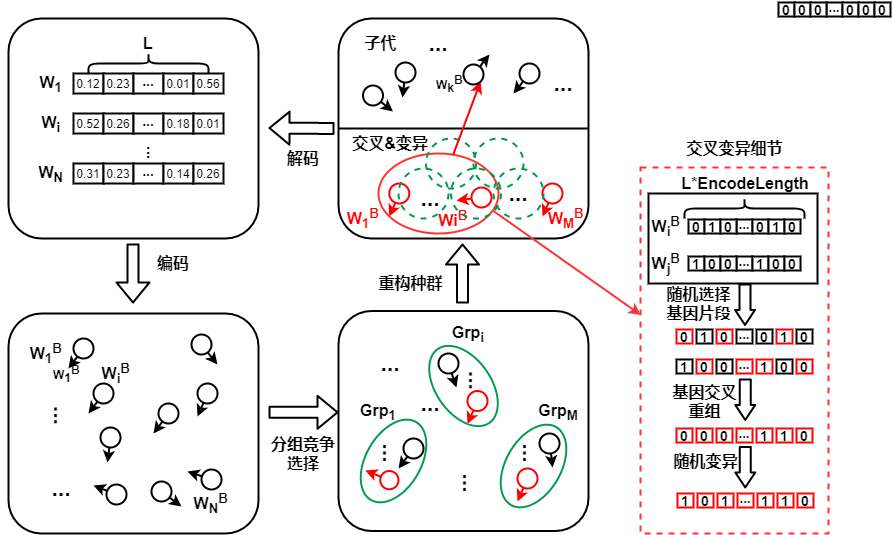
Before: Untitled Diagram.png, a diagram exported from draw.io (Pcyslist/MY_EA-LSTM). Source tidied: cells renumbered, new cells last; positions are measured from the earlier drawing's top-left corner, leaving out a move shared by most shapes.
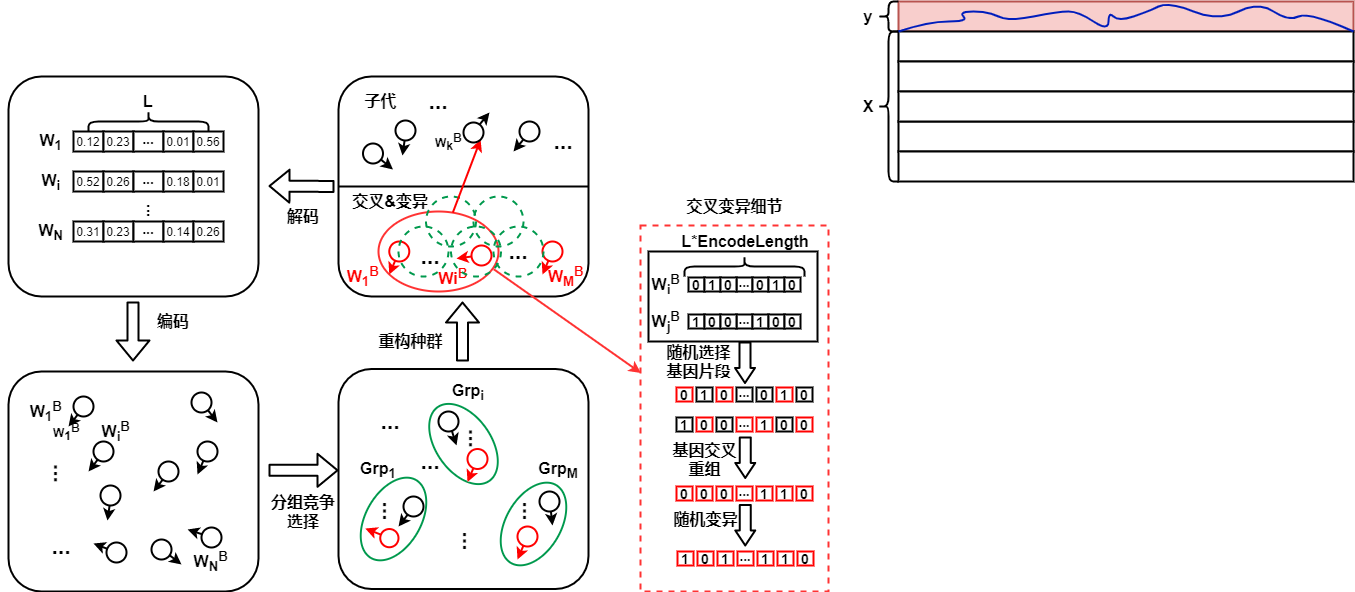
The same diagram one commit later.

What changed in the source:
```diff
@@ -495,30 +495,6 @@
     <mxCell id="146" value="&lt;b style=&quot;font-size: 16px&quot;&gt;W&lt;sub&gt;i&lt;/sub&gt;&lt;sup&gt;B&lt;/sup&gt;&amp;nbsp;&lt;/b&gt;" style="text;html=1;strokeColor=none;fillColor=none;align=center;verticalAlign=middle;whiteSpace=wrap;rounded=0;strokeWidth=2;" parent="1" vertex="1">
       <mxGeometry x="640" y="214" width="40" height="20" as="geometry" />
     </mxCell>
-    <mxCell id="147" style="group;" parent="1" vertex="1">
-      <mxGeometry x="770" width="112" height="14" as="geometry" />
-    </mxCell>
-    <mxCell id="148" value="&lt;b&gt;&lt;font style=&quot;font-size: 14px&quot;&gt;0&lt;/font&gt;&lt;/b&gt;" style="rounded=0;whiteSpace=wrap;html=1;strokeWidth=2;" parent="147" vertex="1">
-      <mxGeometry width="16" height="14" as="geometry" />
-    </mxCell>
-    <mxCell id="149" value="&lt;b&gt;&lt;font style=&quot;font-size: 14px&quot;&gt;0&lt;/font&gt;&lt;/b&gt;" style="rounded=0;whiteSpace=wrap;html=1;strokeWidth=2;" parent="147" vertex="1">
-      <mxGeometry x="16" width="16" height="14" as="geometry" />
-    </mxCell>
-    <mxCell id="150" value="&lt;b&gt;&lt;font size=&quot;1&quot;&gt;&lt;sup style=&quot;font-size: 13px&quot;&gt;...&lt;/sup&gt;&lt;/font&gt;&lt;/b&gt;" style="rounded=0;whiteSpace=wrap;html=1;strokeWidth=2;" parent="147" vertex="1">
-      <mxGeometry x="48" width="16" height="14" as="geometry" />
-    </mxCell>
-    <mxCell id="151" value="&lt;b&gt;&lt;font style=&quot;font-size: 14px&quot;&gt;0&lt;/font&gt;&lt;/b&gt;" style="rounded=0;whiteSpace=wrap;html=1;strokeWidth=2;" parent="147" vertex="1">
-      <mxGeometry x="32" width="16" height="14" as="geometry" />
-    </mxCell>
-    <mxCell id="152" value="&lt;b&gt;&lt;font style=&quot;font-size: 14px&quot;&gt;0&lt;/font&gt;&lt;/b&gt;" style="rounded=0;whiteSpace=wrap;html=1;strokeWidth=2;" parent="147" vertex="1">
-      <mxGeometry x="64" width="16" height="14" as="geometry" />
-    </mxCell>
-    <mxCell id="153" value="&lt;b&gt;&lt;font style=&quot;font-size: 14px&quot;&gt;0&lt;/font&gt;&lt;/b&gt;" style="rounded=0;whiteSpace=wrap;html=1;strokeWidth=2;" parent="147" vertex="1">
-      <mxGeometry x="80" width="16" height="14" as="geometry" />
-    </mxCell>
-    <mxCell id="154" value="&lt;b&gt;&lt;font style=&quot;font-size: 14px&quot;&gt;0&lt;/font&gt;&lt;/b&gt;" style="rounded=0;whiteSpace=wrap;html=1;strokeWidth=2;" parent="147" vertex="1">
-      <mxGeometry x="96" width="16" height="14" as="geometry" />
-    </mxCell>
     <mxCell id="155" style="group;" parent="1" vertex="1">
       <mxGeometry x="680" y="217" width="112" height="14" as="geometry" />
     </mxCell>
@@ -687,5 +663,61 @@
     <mxCell id="207" value="&lt;span style=&quot;font-size: 16px&quot;&gt;&lt;b&gt;随机变异&lt;/b&gt;&lt;/span&gt;" style="text;html=1;strokeColor=none;fillColor=none;align=center;verticalAlign=middle;whiteSpace=wrap;rounded=0;" parent="1" vertex="1">
       <mxGeometry x="659.5" y="448.5" width="75" height="20" as="geometry" />
     </mxCell>
+    <mxCell id="208" style="group;" parent="1" vertex="1">
+      <mxGeometry x="840" y="-59" width="505" height="180" as="geometry" />
+    </mxCell>
+    <mxCell id="209" style="rounded=0;whiteSpace=wrap;html=1;strokeColor=#b85450;strokeWidth=2;fillColor=#f8cecc;" parent="208" vertex="1">
+      <mxGeometry x="50" width="455" height="30" as="geometry" />
+    </mxCell>
+    <mxCell id="210" style="rounded=0;whiteSpace=wrap;html=1;strokeColor=#000000;strokeWidth=2;" parent="208" vertex="1">
+      <mxGeometry x="50" y="30" width="455" height="30" as="geometry" />
+    </mxCell>
+    <mxCell id="211" style="rounded=0;whiteSpace=wrap;html=1;strokeColor=#000000;strokeWidth=2;" parent="208" vertex="1">
+      <mxGeometry x="50" y="60" width="455" height="30" as="geometry" />
+    </mxCell>
+    <mxCell id="212" style="rounded=0;whiteSpace=wrap;html=1;strokeColor=#000000;strokeWidth=2;" parent="208" vertex="1">
+      <mxGeometry x="50" y="120" width="455" height="30" as="geometry" />
+    </mxCell>
+    <mxCell id="213" style="rounded=0;whiteSpace=wrap;html=1;strokeColor=#000000;strokeWidth=2;" parent="208" vertex="1">
+      <mxGeometry x="50" y="90" width="455" height="30" as="geometry" />
+    </mxCell>
+    <mxCell id="214" style="rounded=0;whiteSpace=wrap;html=1;strokeColor=#000000;strokeWidth=2;" parent="208" vertex="1">
+      <mxGeometry x="50" y="150" width="455" height="30" as="geometry" />
+    </mxCell>
+    <mxCell id="215" style="shape=curlyBracket;whiteSpace=wrap;html=1;rounded=1;strokeColor=#000000;strokeWidth=2;" parent="208" vertex="1">
+      <mxGeometry x="30" y="30" width="20" height="150" as="geometry" />
+    </mxCell>
+    <mxCell id="216" value="&lt;span style=&quot;font-size: 16px&quot;&gt;&lt;b&gt;X&lt;/b&gt;&lt;/span&gt;" style="text;html=1;strokeColor=none;fillColor=none;align=center;verticalAlign=middle;whiteSpace=wrap;rounded=0;" parent="208" vertex="1">
+      <mxGeometry y="95" width="40" height="20" as="geometry" />
+    </mxCell>
+    <mxCell id="217" style="shape=curlyBracket;whiteSpace=wrap;html=1;rounded=1;strokeColor=#000000;strokeWidth=2;size=0.5;" parent="208" vertex="1">
+      <mxGeometry x="30" width="20" height="30" as="geometry" />
+    </mxCell>
+    <mxCell id="218" value="&lt;span style=&quot;font-size: 16px&quot;&gt;&lt;b&gt;y&lt;/b&gt;&lt;/span&gt;" style="text;html=1;strokeColor=none;fillColor=none;align=center;verticalAlign=middle;whiteSpace=wrap;rounded=0;" parent="208" vertex="1">
+      <mxGeometry y="5" width="40" height="20" as="geometry" />
+    </mxCell>
+    <mxCell id="219" style="curved=1;endArrow=none;html=1;strokeWidth=2;endFill=0;entryX=1;entryY=0;entryDx=0;entryDy=0;strokeColor=#001DBC;fillColor=#0050ef;" parent="1" edge="1" target="210">
+      <mxGeometry relative="1" as="geometry">
+        <mxPoint x="890" y="-29" as="sourcePoint" />
+        <Array as="points">
+          <mxPoint x="920" y="-39" />
+          <mxPoint x="960" y="-39" />
+          <mxPoint x="950" y="-49" />
+          <mxPoint x="980" y="-49" />
+          <mxPoint x="1000" y="-39" />
+          <mxPoint x="1050" y="-49" />
+          <mxPoint x="1070" y="-49" />
+          <mxPoint x="1100" y="-29" />
+          <mxPoint x="1100" y="-49" />
+          <mxPoint x="1110" y="-39" />
+          <mxPoint x="1140" y="-49" />
+          <mxPoint x="1160" y="-59" />
+          <mxPoint x="1210" y="-39" />
+          <mxPoint x="1250" y="-59" />
+          <mxPoint x="1280" y="-39" />
+          <mxPoint x="1300" y="-49" />
+        </Array>
+      </mxGeometry>
+    </mxCell>
   </root>
 </mxGraphModel>
```
